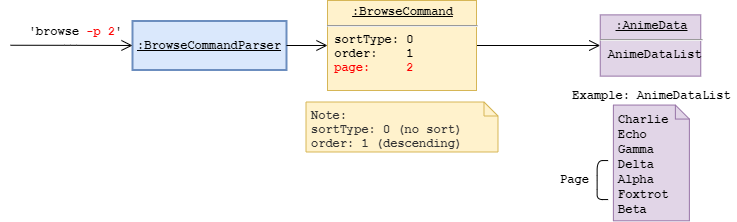
The draw.io diagram docs/images/Browse-Default-State2.png in nus-cs2113-AY2021S1/tp, before a commit. Source tidied: cells renumbered, new cells last; positions are measured from the earlier drawing's top-left corner, leaving out a move shared by most shapes.
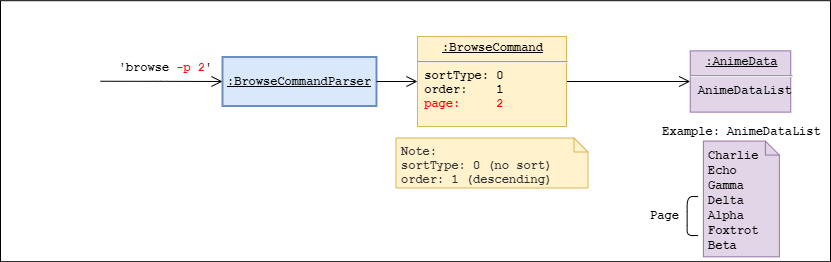
Above is the later version.

What changed in the source:
```diff
@@ -53,5 +53,8 @@
     <mxCell id="16" value="&lt;div style=&quot;font-family: &amp;#34;helvetica&amp;#34; ; font-weight: 400 ; text-align: justify&quot;&gt;&lt;font face=&quot;Courier New&quot;&gt;&lt;b&gt;Charlie&lt;/b&gt;&lt;/font&gt;&lt;/div&gt;&lt;div style=&quot;font-family: &amp;#34;helvetica&amp;#34; ; font-weight: 400 ; text-align: justify&quot;&gt;&lt;font face=&quot;Courier New&quot;&gt;&lt;b&gt;Echo&lt;/b&gt;&lt;/font&gt;&lt;/div&gt;&lt;div style=&quot;font-family: &amp;#34;helvetica&amp;#34; ; font-weight: 400 ; text-align: justify&quot;&gt;&lt;font face=&quot;Courier New&quot;&gt;&lt;b&gt;Gamma&lt;/b&gt;&lt;/font&gt;&lt;/div&gt;&lt;div style=&quot;font-family: &amp;#34;helvetica&amp;#34; ; font-weight: 400 ; text-align: justify&quot;&gt;&lt;font face=&quot;Courier New&quot;&gt;&lt;b&gt;Delta&lt;/b&gt;&lt;/font&gt;&lt;/div&gt;&lt;div style=&quot;font-family: &amp;#34;helvetica&amp;#34; ; font-weight: 400 ; text-align: justify&quot;&gt;&lt;font face=&quot;Courier New&quot;&gt;&lt;b&gt;Alpha&lt;/b&gt;&lt;/font&gt;&lt;/div&gt;&lt;div style=&quot;font-family: &amp;#34;helvetica&amp;#34; ; font-weight: 400 ; text-align: justify&quot;&gt;&lt;font face=&quot;Courier New&quot;&gt;&lt;b&gt;Foxtrot&lt;/b&gt;&lt;/font&gt;&lt;/div&gt;&lt;div style=&quot;font-family: &amp;#34;helvetica&amp;#34; ; font-weight: 400 ; text-align: justify&quot;&gt;&lt;font face=&quot;Courier New&quot;&gt;&lt;b&gt;Beta&lt;/b&gt;&lt;/font&gt;&lt;/div&gt;" style="shape=note;whiteSpace=wrap;html=1;size=14;verticalAlign=top;align=left;spacingTop=0;fillColor=#E1D5E7;strokeColor=#9673A6;spacing=2;spacingLeft=3;fontStyle=1;fontFamily=Courier New;" parent="1" vertex="1">
       <mxGeometry x="602.9" y="104.6" width="76" height="115.8" as="geometry" />
     </mxCell>
+    <mxCell id="17" style="verticalLabelPosition=bottom;verticalAlign=top;html=1;shape=mxgraph.basic.rect;fillColor2=none;strokeWidth=1;size=20;indent=5;fontFamily=Courier New;fontSize=12;fillColor=none;" parent="1" vertex="1">
+      <mxGeometry x="-100" y="-35.8" width="830" height="261" as="geometry" />
+    </mxCell>
   </root>
 </mxGraphModel>
```
